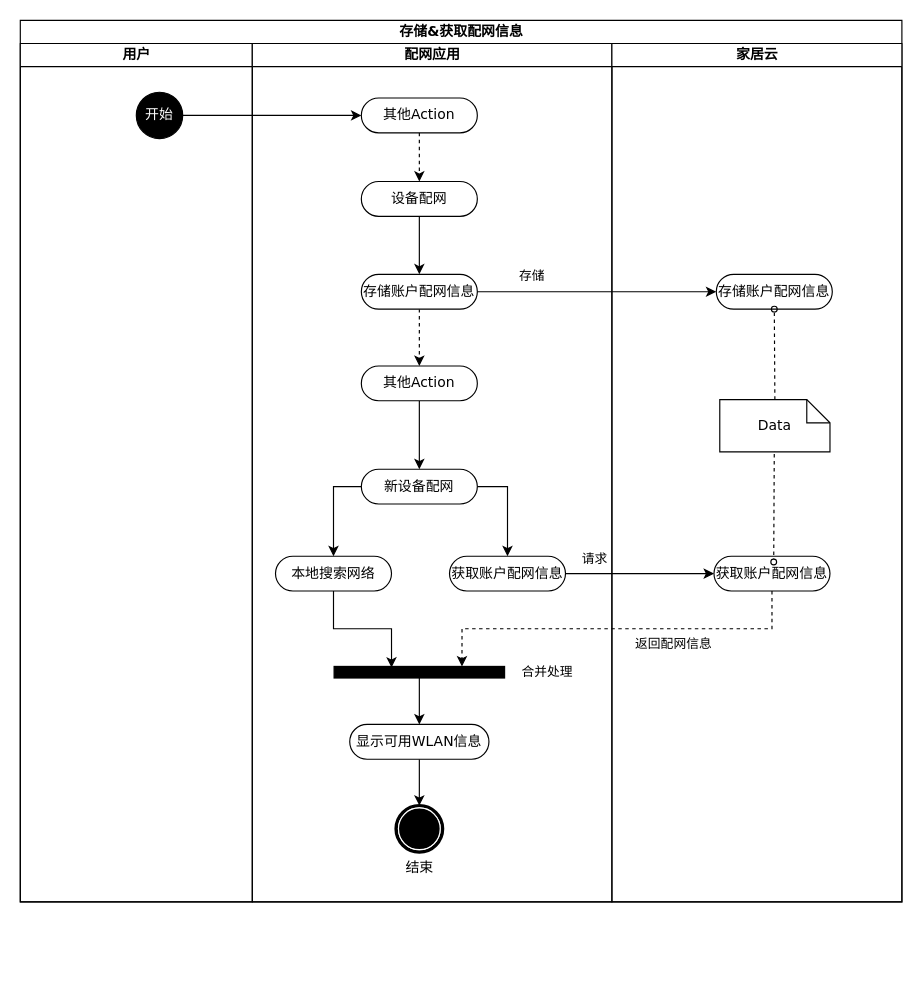
Above: draw/智能家居配网场景.drawio in befairyliu/draw.io (draw.io), before the change. Source tidied: cells renumbered, new cells numbered last; positions are measured from the earlier drawing's top-left corner, leaving out a move shared by most shapes. Both pictures are drawn from the tidied source at 116%, with x=0, y=0 at pixel (20, 20).
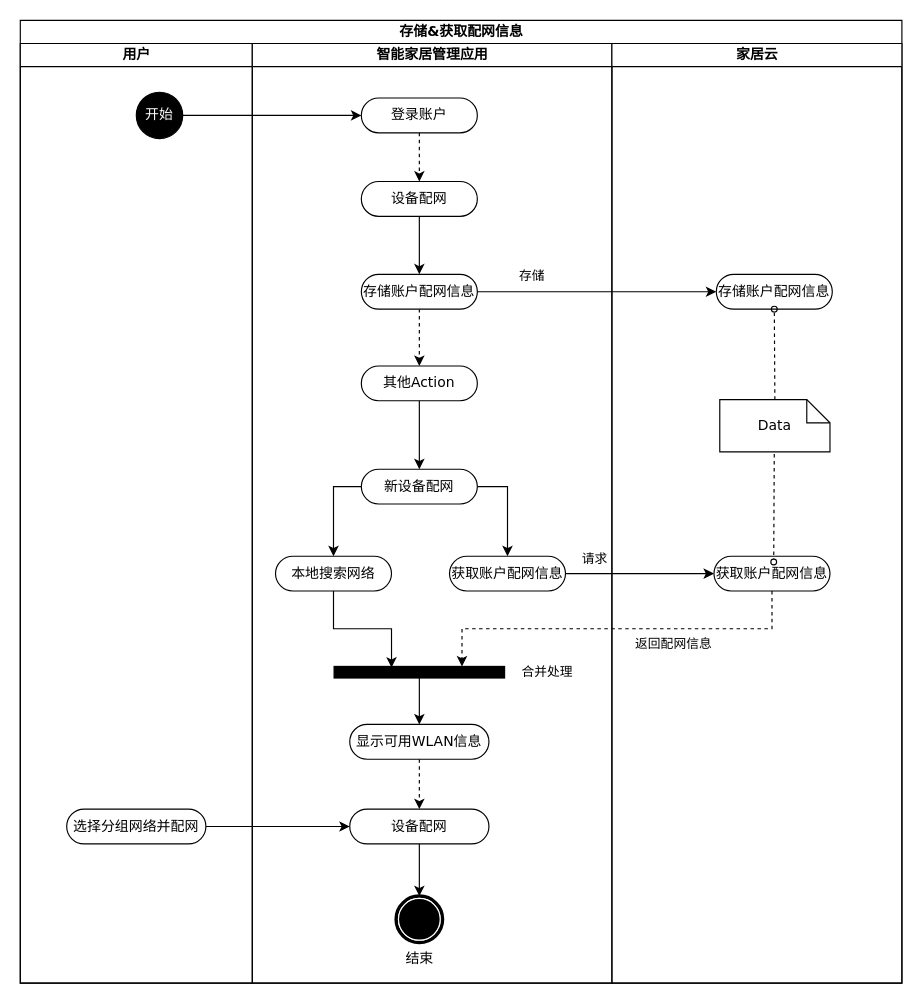
After the change.

Commit message:
Update 智能家居配网场景.drawio

Unchanged cells that the change refers to:
```xml
<mxCell id="22" value="显示可用WLAN信息" style="rounded=1;whiteSpace=wrap;html=1;shadow=0;comic=0;labelBackgroundColor=none;strokeWidth=1;fontFamily=Verdana;fontSize=12;align=center;arcSize=50;" parent="5" vertex="1">
  <mxGeometry x="84" y="587" width="120" height="30" as="geometry" />
</mxCell>
```

Diff of the diagram source:
```diff
@@
     <mxCell id="2" value="存储&amp;amp;获取配网信息" style="swimlane;html=1;startSize=20;rounded=0;shadow=0;comic=0;labelBackgroundColor=none;strokeWidth=1;fontFamily=Verdana;fontSize=12;align=center;" parent="1" vertex="1">
-      <mxGeometry width="760" height="760" as="geometry" />
+      <mxGeometry width="760" height="830" as="geometry" />
     </mxCell>
     <mxCell id="3" value="用户" style="swimlane;html=1;startSize=20;" parent="2" vertex="1">
-      <mxGeometry y="20" width="200" height="740" as="geometry" />
+      <mxGeometry y="20" width="200" height="810" as="geometry" />
     </mxCell>
+    <mxCell id="39" value="选择分组网络并配网" style="rounded=1;whiteSpace=wrap;html=1;shadow=0;comic=0;labelBackgroundColor=none;strokeWidth=1;fontFamily=Verdana;fontSize=12;align=center;arcSize=50;" parent="3" vertex="1">
+      <mxGeometry x="40" y="660" width="120" height="30" as="geometry" />
+    </mxCell>
@@
-    <mxCell id="5" value="配网应用" style="swimlane;html=1;startSize=20;" parent="2" vertex="1">
-      <mxGeometry x="200" y="20" width="310" height="740" as="geometry" />
+    <mxCell id="5" value="智能家居管理应用" style="swimlane;html=1;startSize=20;" parent="2" vertex="1">
+      <mxGeometry x="200" y="20" width="310" height="810" as="geometry" />
     </mxCell>
@@
-    <mxCell id="11" value="其他Action" style="rounded=1;whiteSpace=wrap;html=1;shadow=0;comic=0;labelBackgroundColor=none;strokeWidth=1;fontFamily=Verdana;fontSize=12;align=center;arcSize=50;" parent="5" vertex="1">
+    <mxCell id="11" value="登录账户" style="rounded=1;whiteSpace=wrap;html=1;shadow=0;comic=0;labelBackgroundColor=none;strokeWidth=1;fontFamily=Verdana;fontSize=12;align=center;arcSize=50;" parent="5" vertex="1">
       <mxGeometry x="94" y="47" width="100" height="30" as="geometry" />
     </mxCell>
@@
-    <mxCell id="21" style="edgeStyle=orthogonalEdgeStyle;rounded=0;jettySize=auto;html=1;exitX=0.5;exitY=1;exitDx=0;exitDy=0;entryX=0.5;entryY=0;entryDx=0;entryDy=0;" parent="5" edge="1" source="22" target="23">
-      <mxGeometry relative="1" as="geometry" />
-    </mxCell>
+    <mxCell id="40" style="edgeStyle=orthogonalEdgeStyle;rounded=0;jettySize=auto;html=1;exitX=0.5;exitY=1;exitDx=0;exitDy=0;entryX=0.5;entryY=0;entryDx=0;entryDy=0;dashed=1;" parent="5" edge="1" source="22" target="42">
+      <mxGeometry relative="1" as="geometry" />
+    </mxCell>
@@
     <mxCell id="23" value="结束" style="shape=mxgraph.bpmn.shape;html=1;verticalLabelPosition=bottom;labelBackgroundColor=#ffffff;verticalAlign=top;perimeter=ellipsePerimeter;outline=end;symbol=terminate;rounded=0;shadow=0;comic=0;strokeWidth=1;fontFamily=Verdana;fontSize=12;align=center;" parent="5" vertex="1">
-      <mxGeometry x="124" y="657" width="40" height="40" as="geometry" />
+      <mxGeometry x="124" y="735" width="40" height="40" as="geometry" />
     </mxCell>
+    <mxCell id="41" style="edgeStyle=orthogonalEdgeStyle;rounded=0;jettySize=auto;html=1;exitX=0.5;exitY=1;exitDx=0;exitDy=0;entryX=0.5;entryY=0;entryDx=0;entryDy=0;" parent="5" edge="1" source="42" target="23">
+      <mxGeometry relative="1" as="geometry" />
+    </mxCell>
+    <mxCell id="42" value="设备配网" style="rounded=1;whiteSpace=wrap;html=1;shadow=0;comic=0;labelBackgroundColor=none;strokeWidth=1;fontFamily=Verdana;fontSize=12;align=center;arcSize=50;" parent="5" vertex="1">
+      <mxGeometry x="84" y="660" width="120" height="30" as="geometry" />
+    </mxCell>
@@
     <mxCell id="27" value="家居云" style="swimlane;html=1;startSize=20;" parent="2" vertex="1">
-      <mxGeometry x="510" y="20" width="250" height="740" as="geometry" />
+      <mxGeometry x="510" y="20" width="250" height="810" as="geometry" />
     </mxCell>
@@
+    <mxCell id="43" style="edgeStyle=orthogonalEdgeStyle;rounded=0;jettySize=auto;html=1;exitX=1;exitY=0.5;exitDx=0;exitDy=0;entryX=0;entryY=0.5;entryDx=0;entryDy=0;" parent="2" edge="1" source="39" target="42">
+      <mxGeometry relative="1" as="geometry" />
+    </mxCell>
```
